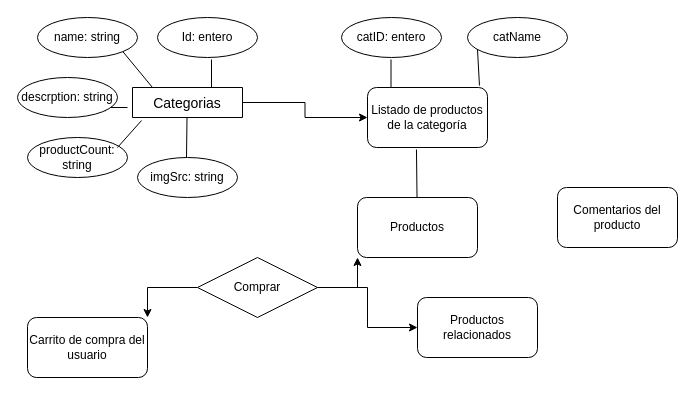
Earlier version of the draw.io diagram Diagrama sin título.drawio (maglisg/e_commerce). Source tidied: cells renumbered, new cells numbered last; positions are measured from the earlier drawing's top-left corner, leaving out a move shared by most shapes. Both pictures are drawn from the tidied source at 100%, with x=0, y=0 at pixel (17, 17).
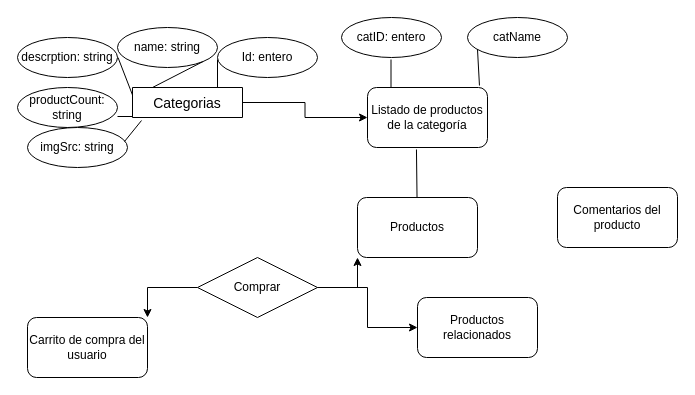
The same page after the edit.

Commit message:
Actualizar Diagrama .drawio

Unchanged cells that the change refers to:
```xml
<mxCell id="18" value="Categorias" style="swimlane;fontStyle=0;horizontal=1;startSize=30;align=center;fontSize=14;" parent="1" vertex="1" collapsed="1">
  <mxGeometry x="115" y="70" width="110" height="30" as="geometry" />
</mxCell>
```

What changed in the source:
```diff
@@
-    <mxCell id="2" style="edgeStyle=orthogonalEdgeStyle;rounded=0;orthogonalLoop=1;jettySize=auto;html=1;" parent="1" edge="1">
-      <mxGeometry relative="1" as="geometry">
-        <mxPoint x="110" y="90" as="sourcePoint" />
-        <mxPoint x="80" y="90" as="targetPoint" />
-      </mxGeometry>
-    </mxCell>
     <mxCell id="3" value="name: string" style="ellipse;whiteSpace=wrap;html=1;align=center;" parent="1" vertex="1">
-      <mxGeometry x="20" width="100" height="40" as="geometry" />
+      <mxGeometry x="100" y="10" width="100" height="40" as="geometry" />
     </mxCell>
     <mxCell id="4" value="descrption: string" style="ellipse;whiteSpace=wrap;html=1;align=center;" parent="1" vertex="1">
-      <mxGeometry y="60" width="100" height="40" as="geometry" />
+      <mxGeometry y="20" width="100" height="40" as="geometry" />
     </mxCell>
     <mxCell id="5" value="Id: entero" style="ellipse;whiteSpace=wrap;html=1;align=center;" parent="1" vertex="1">
-      <mxGeometry x="140" width="100" height="40" as="geometry" />
+      <mxGeometry x="200" y="20" width="100" height="40" as="geometry" />
     </mxCell>
     <mxCell id="6" value="productCount: string" style="ellipse;whiteSpace=wrap;html=1;align=center;" parent="1" vertex="1">
-      <mxGeometry x="10" y="120" width="100" height="40" as="geometry" />
+      <mxGeometry y="70" width="100" height="40" as="geometry" />
     </mxCell>
     <mxCell id="7" value="imgSrc: string" style="ellipse;whiteSpace=wrap;html=1;align=center;" parent="1" vertex="1">
-      <mxGeometry x="120" y="140" width="100" height="40" as="geometry" />
+      <mxGeometry x="10" y="110" width="100" height="40" as="geometry" />
     </mxCell>
@@
-    <mxCell id="9" style="endArrow=none;html=1;rounded=0;entryX=0.082;entryY=1.1;entryDx=0;entryDy=0;entryPerimeter=0;" parent="1" edge="1" target="18">
-      <mxGeometry relative="1" as="geometry">
-        <mxPoint x="100" y="130" as="sourcePoint" />
-      </mxGeometry>
+    <mxCell id="9" style="endArrow=none;html=1;rounded=0;entryX=0.082;entryY=1.1;entryDx=0;entryDy=0;entryPerimeter=0;exitX=0.97;exitY=0.35;exitDx=0;exitDy=0;exitPerimeter=0;" parent="1" edge="1" source="7" target="18">
+      <mxGeometry relative="1" as="geometry" />
     </mxCell>
@@
-    <mxCell id="19" style="endArrow=none;html=1;rounded=0;entryX=0.408;entryY=1.033;entryDx=0;entryDy=0;entryPerimeter=0;" parent="1" edge="1">
+    <mxCell id="19" style="endArrow=none;html=1;rounded=0;entryX=0.408;entryY=1.033;entryDx=0;entryDy=0;entryPerimeter=0;exitX=0;exitY=0.25;exitDx=0;exitDy=0;" parent="1" edge="1" source="18">
       <mxGeometry relative="1" as="geometry">
-        <mxPoint x="169" y="140" as="sourcePoint" />
-        <mxPoint x="169.5" y="100" as="targetPoint" />
+        <mxPoint x="100.5" y="40" as="targetPoint" />
       </mxGeometry>
     </mxCell>
     <mxCell id="20" style="endArrow=none;html=1;rounded=0;entryX=0.408;entryY=1.033;entryDx=0;entryDy=0;entryPerimeter=0;" parent="1" edge="1">
       <mxGeometry relative="1" as="geometry">
-        <mxPoint x="194" y="70" as="sourcePoint" />
-        <mxPoint x="194" y="42" as="targetPoint" />
+        <mxPoint x="200" y="70" as="sourcePoint" />
+        <mxPoint x="200" y="42" as="targetPoint" />
       </mxGeometry>
     </mxCell>
@@
+    <mxCell id="28" style="endArrow=none;html=1;rounded=0;" parent="1" edge="1">
+      <mxGeometry relative="1" as="geometry">
+        <mxPoint x="100" y="99" as="sourcePoint" />
+        <mxPoint x="115" y="99" as="targetPoint" />
+      </mxGeometry>
+    </mxCell>
```
